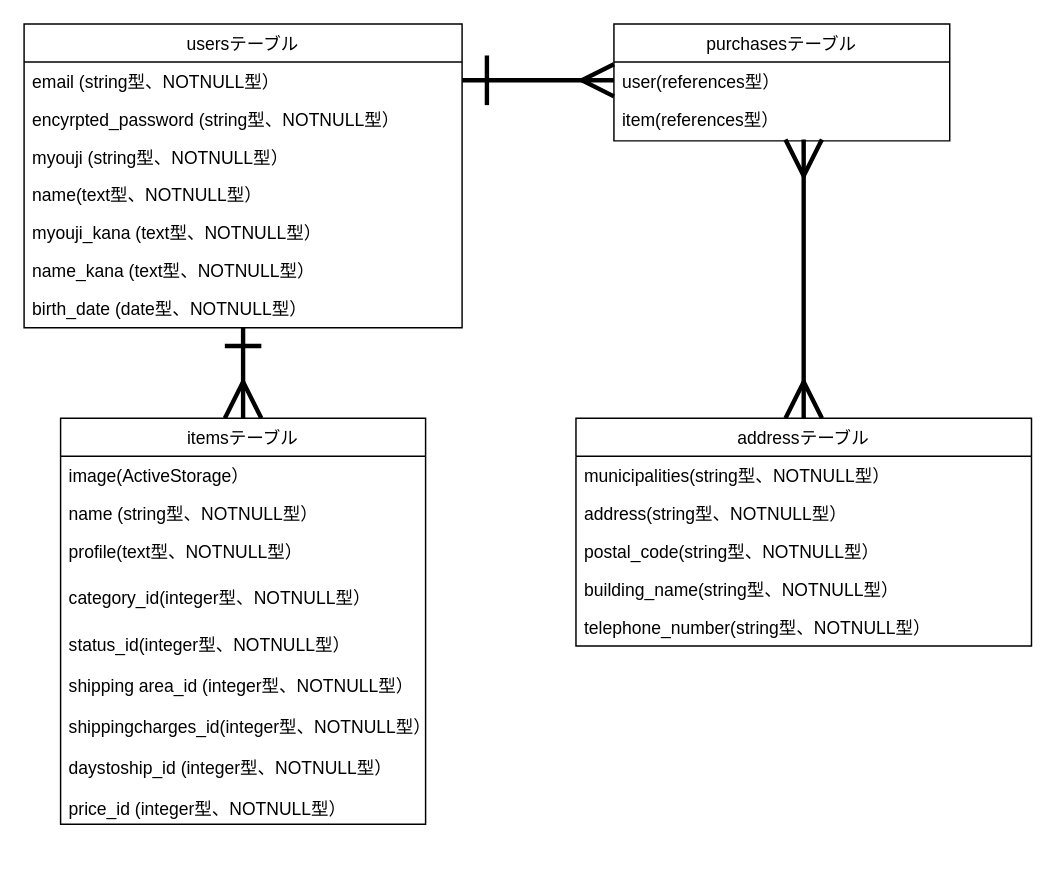
inoue1231/furima-36584 keeps this draw.io diagram as er図.dio. Above is the earlier version. Source tidied: cells renumbered, new cells numbered last; positions are measured from the earlier drawing's top-left corner, leaving out a move shared by most shapes. Both pictures are drawn from the tidied source at 146%, with x=0, y=0 at pixel (23, 23).
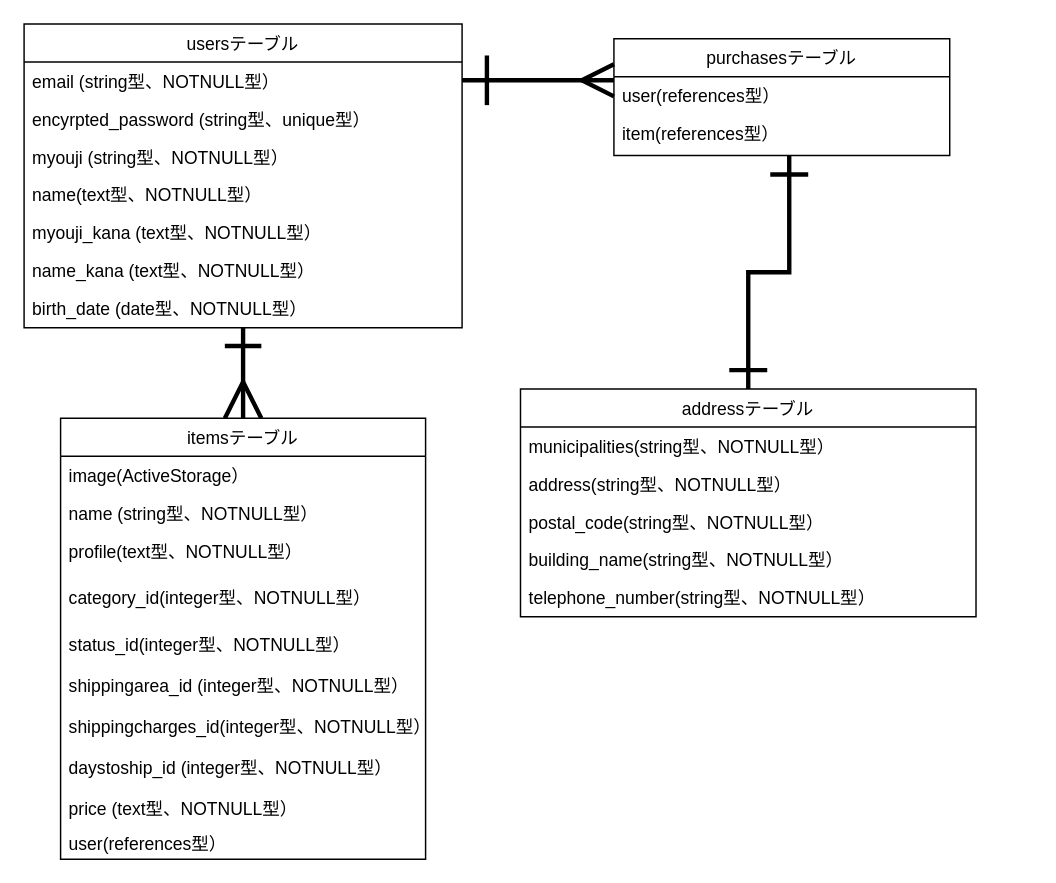
The same page after the edit.

The change refers to these unchanged cells:
```xml
<mxCell id="2" value="usersテーブル" style="swimlane;fontStyle=0;horizontal=1;startSize=26;" parent="1" vertex="1">
  <mxGeometry width="300" height="208" as="geometry" />
</mxCell>
<mxCell id="24" value="item(references型）" style="text;strokeColor=none;fillColor=none;align=left;verticalAlign=top;spacingLeft=4;spacingRight=4;overflow=hidden;points=[[0,0.5],[1,0.5]];portConstraint=eastwest;" parent="22" vertex="1">
  <mxGeometry y="52" width="230" height="28" as="geometry" />
</mxCell>
```

What changed in the source:
```diff
@@
-    <mxCell id="4" value="encyrpted_password (string型、NOTNULL型）" style="text;strokeColor=none;fillColor=none;align=left;verticalAlign=top;spacingLeft=4;spacingRight=4;overflow=hidden;" parent="2" vertex="1">
+    <mxCell id="4" value="encyrpted_password (string型、unique型）" style="text;strokeColor=none;fillColor=none;align=left;verticalAlign=top;spacingLeft=4;spacingRight=4;overflow=hidden;" parent="2" vertex="1">
       <mxGeometry y="52" width="300" height="26" as="geometry" />
     </mxCell>
@@
     <mxCell id="11" value="itemsテーブル" style="swimlane;fontStyle=0;horizontal=1;startSize=26;" parent="1" vertex="1">
-      <mxGeometry x="25" y="270" width="250" height="278" as="geometry" />
+      <mxGeometry x="25" y="270" width="250" height="302" as="geometry" />
     </mxCell>
@@
-    <mxCell id="17" value="shipping area_id (integer型、NOTNULL型）" style="text;strokeColor=none;fillColor=none;align=left;verticalAlign=top;spacingLeft=4;spacingRight=4;overflow=hidden;" parent="11" vertex="1">
+    <mxCell id="17" value="shippingarea_id (integer型、NOTNULL型）" style="text;strokeColor=none;fillColor=none;align=left;verticalAlign=top;spacingLeft=4;spacingRight=4;overflow=hidden;" parent="11" vertex="1">
       <mxGeometry y="170" width="250" height="28" as="geometry" />
     </mxCell>
@@
+    <mxCell id="33" value="price (text型、NOTNULL型）" style="text;strokeColor=none;fillColor=none;align=left;verticalAlign=top;spacingLeft=4;spacingRight=4;overflow=hidden;" parent="11" vertex="1">
+      <mxGeometry y="254" width="250" height="24" as="geometry" />
+    </mxCell>
-    <mxCell id="20" value="price_id (integer型、NOTNULL型）" style="text;strokeColor=none;fillColor=none;align=left;verticalAlign=top;spacingLeft=4;spacingRight=4;overflow=hidden;" parent="11" vertex="1">
-      <mxGeometry y="254" width="250" height="24" as="geometry" />
+    <mxCell id="20" value="user(references型）" style="text;strokeColor=none;fillColor=none;align=left;verticalAlign=top;spacingLeft=4;spacingRight=4;overflow=hidden;" parent="11" vertex="1">
+      <mxGeometry y="278" width="250" height="24" as="geometry" />
     </mxCell>
@@
     <mxCell id="22" value="purchasesテーブル" style="swimlane;fontStyle=0;horizontal=1;startSize=26;" parent="1" vertex="1">
-      <mxGeometry x="404" width="230" height="80" as="geometry" />
+      <mxGeometry x="404" y="10" width="230" height="80" as="geometry" />
     </mxCell>
@@
-    <mxCell id="26" style="edgeStyle=orthogonalEdgeStyle;rounded=0;jettySize=auto;html=1;exitX=0.5;exitY=0;exitDx=0;exitDy=0;entryX=0.565;entryY=0.964;entryDx=0;entryDy=0;entryPerimeter=0;startArrow=ERmany;startFill=0;endArrow=ERmany;endFill=0;strokeWidth=3;endSize=21;startSize=21;" parent="1" edge="1" source="27" target="24">
+    <mxCell id="26" style="edgeStyle=orthogonalEdgeStyle;rounded=0;jettySize=auto;html=1;exitX=0.5;exitY=0;exitDx=0;exitDy=0;entryX=0.522;entryY=1;entryDx=0;entryDy=0;entryPerimeter=0;endArrow=ERone;endFill=0;startArrow=ERone;startFill=0;endSize=22;startSize=22;strokeWidth=3;" parent="1" edge="1" source="27" target="24">
       <mxGeometry relative="1" as="geometry" />
     </mxCell>
     <mxCell id="27" value="addressテーブル" style="swimlane;fontStyle=0;horizontal=1;startSize=26;" parent="1" vertex="1">
-      <mxGeometry x="378" y="270" width="312" height="156" as="geometry" />
+      <mxGeometry x="340" y="250" width="312" height="156" as="geometry" />
     </mxCell>
```
